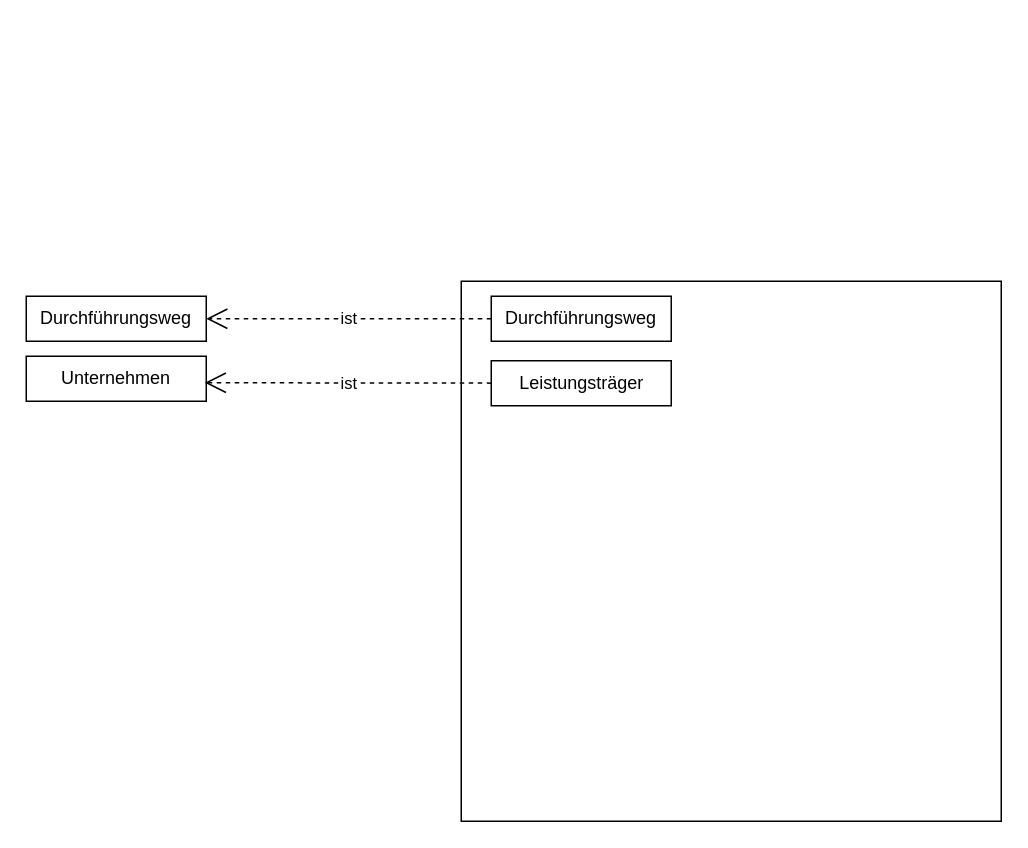
Above: struktur_bavos.drawio in tzepter/diagrams (draw.io), before the change. Source tidied: cells renumbered, new cells numbered last; positions are measured from the earlier drawing's top-left corner, leaving out a move shared by most shapes. Both pictures are drawn from the tidied source at 150%, with x=0, y=0 at pixel (26, 280).
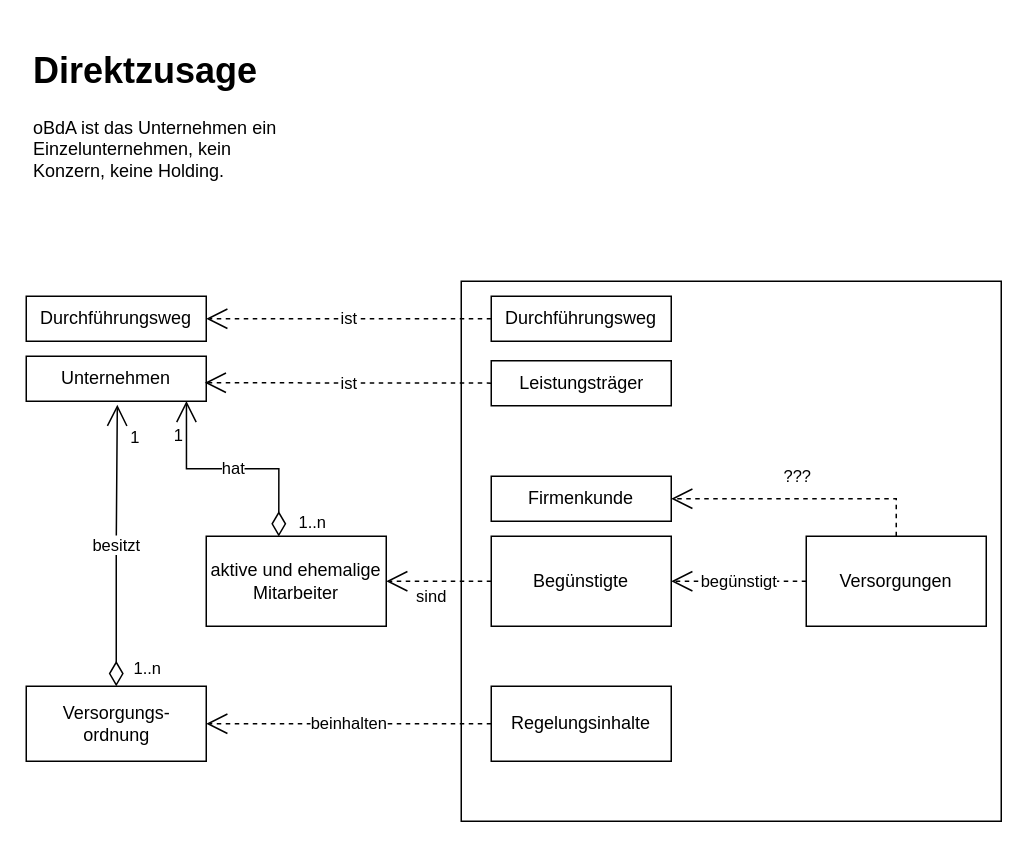
The same diagram, later.

Unchanged cells that the change refers to:
```xml
<mxCell id="3" value="&lt;div&gt;Unternehmen&lt;/div&gt;" style="rounded=0;whiteSpace=wrap;html=1;" parent="1" vertex="1">
  <mxGeometry y="50" width="120" height="30" as="geometry" />
</mxCell>
```

Diff of the diagram source:
```diff
@@
+    <mxCell id="9" value="&lt;div&gt;Versorgungs-&lt;/div&gt;&lt;div&gt;ordnung&lt;/div&gt;" style="html=1;" parent="1" vertex="1">
+      <mxGeometry y="270" width="120" height="50" as="geometry" />
+    </mxCell>
+    <mxCell id="10" value="besitzt" style="endArrow=open;html=1;endSize=12;startArrow=diamondThin;startSize=14;startFill=0;edgeStyle=orthogonalEdgeStyle;rounded=0;exitX=0.5;exitY=0;exitDx=0;exitDy=0;entryX=0.506;entryY=1.078;entryDx=0;entryDy=0;entryPerimeter=0;" parent="1" edge="1" source="9" target="3">
+      <mxGeometry relative="1" as="geometry" />
+    </mxCell>
+    <mxCell id="11" value="1..n" style="edgeLabel;html=1;align=left;verticalAlign=top;" parent="10" vertex="1">
+      <mxGeometry x="-1" relative="1" as="geometry">
+        <mxPoint x="10" y="-25" as="offset" />
+      </mxGeometry>
+    </mxCell>
+    <mxCell id="12" value="1" style="edgeLabel;html=1;align=right;verticalAlign=top;" parent="10" vertex="1">
+      <mxGeometry x="1" relative="1" as="geometry">
+        <mxPoint x="15" y="8" as="offset" />
+      </mxGeometry>
+    </mxCell>
+    <mxCell id="13" value="Regelungsinhalte" style="rounded=0;whiteSpace=wrap;html=1;" parent="1" vertex="1">
+      <mxGeometry x="310" y="270" width="120" height="50" as="geometry" />
+    </mxCell>
+    <mxCell id="14" value="Firmenkunde" style="rounded=0;whiteSpace=wrap;html=1;" parent="1" vertex="1">
+      <mxGeometry x="310" y="130" width="120" height="30" as="geometry" />
+    </mxCell>
+    <mxCell id="15" value="Begünstigte" style="rounded=0;whiteSpace=wrap;html=1;" parent="1" vertex="1">
+      <mxGeometry x="310" y="170" width="120" height="60" as="geometry" />
+    </mxCell>
+    <mxCell id="16" value="aktive und ehemalige Mitarbeiter" style="rounded=0;whiteSpace=wrap;html=1;" parent="1" vertex="1">
+      <mxGeometry x="120" y="170" width="120" height="60" as="geometry" />
+    </mxCell>
+    <mxCell id="17" value="&lt;h1&gt;Direktzusage&lt;br&gt;&lt;/h1&gt;&lt;p&gt;oBdA ist das Unternehmen ein Einzelunternehmen, kein Konzern, keine Holding.&lt;br&gt;&lt;/p&gt;" style="text;html=1;strokeColor=none;fillColor=none;spacing=5;spacingTop=-20;whiteSpace=wrap;overflow=hidden;rounded=0;" parent="1" vertex="1">
+      <mxGeometry y="-160" width="190" height="120" as="geometry" />
+    </mxCell>
+    <mxCell id="18" value="beinhalten" style="endArrow=open;endSize=12;dashed=1;html=1;rounded=0;entryX=1;entryY=0.5;entryDx=0;entryDy=0;" parent="1" edge="1" source="13" target="9">
+      <mxGeometry relative="1" as="geometry" />
+    </mxCell>
+    <mxCell id="19" value="hat" style="endArrow=open;html=1;endSize=12;startArrow=diamondThin;startSize=14;startFill=0;edgeStyle=orthogonalEdgeStyle;rounded=0;exitX=0.403;exitY=0.003;exitDx=0;exitDy=0;exitPerimeter=0;entryX=0.89;entryY=0.993;entryDx=0;entryDy=0;entryPerimeter=0;" parent="1" edge="1" source="16" target="3">
+      <mxGeometry relative="1" as="geometry" />
+    </mxCell>
+    <mxCell id="20" value="1..n" style="edgeLabel;html=1;align=left;verticalAlign=top;" parent="19" vertex="1">
+      <mxGeometry x="-1" relative="1" as="geometry">
+        <mxPoint x="12" y="-22" as="offset" />
+      </mxGeometry>
+    </mxCell>
+    <mxCell id="21" value="1" style="edgeLabel;html=1;align=right;verticalAlign=top;" parent="19" vertex="1">
+      <mxGeometry x="1" relative="1" as="geometry">
+        <mxPoint x="-2" y="10" as="offset" />
+      </mxGeometry>
+    </mxCell>
+    <mxCell id="22" value="sind" style="endArrow=open;endSize=12;dashed=1;html=1;rounded=0;entryX=1;entryY=0.5;entryDx=0;entryDy=0;exitX=0;exitY=0.5;exitDx=0;exitDy=0;" parent="1" edge="1" source="15" target="16">
+      <mxGeometry x="0.14" y="10" relative="1" as="geometry" />
+    </mxCell>
+    <mxCell id="23" value="&lt;div&gt;Versorgungen&lt;/div&gt;" style="rounded=0;whiteSpace=wrap;html=1;" parent="1" vertex="1">
+      <mxGeometry x="520" y="170" width="120" height="60" as="geometry" />
+    </mxCell>
+    <mxCell id="24" value="???" style="endArrow=open;endSize=12;dashed=1;html=1;rounded=0;exitX=0.5;exitY=0;exitDx=0;exitDy=0;entryX=1;entryY=0.5;entryDx=0;entryDy=0;" parent="1" edge="1" source="23" target="14">
+      <mxGeometry x="0.04" y="-15" relative="1" as="geometry">
+        <Array as="points">
+          <mxPoint x="580" y="145" />
+        </Array>
+      </mxGeometry>
+    </mxCell>
+    <mxCell id="25" value="begünstigt" style="endArrow=open;endSize=12;dashed=1;html=1;rounded=0;entryX=1;entryY=0.5;entryDx=0;entryDy=0;" parent="1" edge="1" source="23" target="15">
+      <mxGeometry relative="1" as="geometry" />
+    </mxCell>
```
